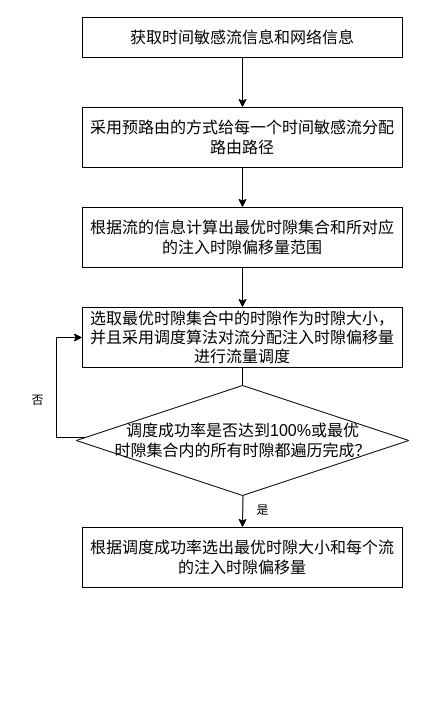
Before: 专利.drawio in AliChen0731/First, a draw.io diagram. Source tidied: cells renumbered, new cells numbered last; positions are measured from the earlier drawing's top-left corner, leaving out a move shared by most shapes. Both pictures are drawn from the tidied source at 100%, with x=0, y=0 at pixel (17, 17).
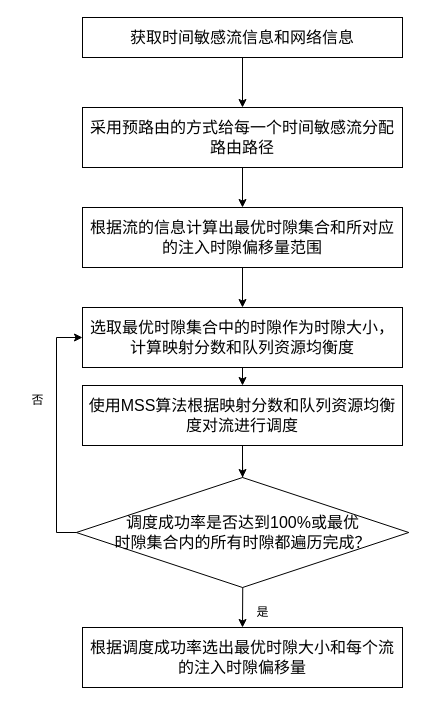
The same page after the edit.

The edit, as a diff of the source:
```diff
@@
-    <mxCell id="8" style="edgeStyle=orthogonalEdgeStyle;rounded=0;jettySize=auto;html=1;entryX=0.5;entryY=0;entryDx=0;entryDy=0;" parent="1" edge="1" source="9" target="13">
-      <mxGeometry relative="1" as="geometry" />
-    </mxCell>
+    <mxCell id="16" style="edgeStyle=orthogonalEdgeStyle;rounded=0;jettySize=auto;html=1;exitX=0.5;exitY=1;exitDx=0;exitDy=0;entryX=0.5;entryY=0;entryDx=0;entryDy=0;" parent="1" edge="1" source="9" target="18">
+      <mxGeometry relative="1" as="geometry" />
+    </mxCell>
-    <mxCell id="9" value="&lt;font face=&quot;Times New Roman&quot;&gt;&lt;span style=&quot;font-size: 16px;&quot;&gt;选取最优时隙集合中的时隙作为时隙大小，并且采用调度算法对流分配注入时隙偏移量进行流量调度&lt;/span&gt;&lt;/font&gt;" style="whiteSpace=wrap;html=1;rounded=0;" parent="1" vertex="1">
+    <mxCell id="9" value="&lt;font face=&quot;Times New Roman&quot;&gt;&lt;span style=&quot;font-size: 16px;&quot;&gt;选取最优时隙集合中的时隙作为时隙大小，计算映射分数和队列资源均衡度&lt;/span&gt;&lt;/font&gt;" style="whiteSpace=wrap;html=1;rounded=0;" parent="1" vertex="1">
       <mxGeometry x="65" y="290" width="320" height="60" as="geometry" />
     </mxCell>
@@
     <mxCell id="11" value="&lt;font face=&quot;Times New Roman&quot;&gt;&lt;span style=&quot;font-size: 16px;&quot;&gt;根据调度成功率选出最优时隙大小和每个流的注入时隙偏移量&lt;/span&gt;&lt;/font&gt;" style="whiteSpace=wrap;html=1;rounded=0;" parent="1" vertex="1">
-      <mxGeometry x="65" y="510" width="320" height="60" as="geometry" />
+      <mxGeometry x="65" y="610" width="320" height="60" as="geometry" />
     </mxCell>
     <mxCell id="12" style="edgeStyle=orthogonalEdgeStyle;rounded=0;jettySize=auto;html=1;entryX=0;entryY=0.5;entryDx=0;entryDy=0;" parent="1" edge="1" source="13" target="9">
       <mxGeometry relative="1" as="geometry">
         <Array as="points">
-          <mxPoint x="39" y="420" />
+          <mxPoint x="39" y="515" />
           <mxPoint x="39" y="320" />
         </Array>
       </mxGeometry>
     </mxCell>
     <mxCell id="13" value="&lt;font style=&quot;font-size: 16px;&quot;&gt;调度成功率是否达到100%或最优&lt;br&gt;时隙集合内的所有时隙都遍历完成？&lt;br&gt;&lt;/font&gt;" style="rhombus;whiteSpace=wrap;html=1;" parent="1" vertex="1">
-      <mxGeometry x="58.8" y="368" width="332.5" height="110" as="geometry" />
+      <mxGeometry x="58.8" y="460" width="332.5" height="110" as="geometry" />
     </mxCell>
     <mxCell id="14" value="是" style="text;html=1;align=center;verticalAlign=middle;strokeColor=none;fillColor=none;" parent="1" vertex="1">
-      <mxGeometry x="225" y="478" width="40" height="30" as="geometry" />
+      <mxGeometry x="225" y="580" width="40" height="30" as="geometry" />
     </mxCell>
@@
+    <mxCell id="17" style="edgeStyle=orthogonalEdgeStyle;rounded=0;jettySize=auto;html=1;" parent="1" edge="1" source="18" target="13">
+      <mxGeometry relative="1" as="geometry" />
+    </mxCell>
+    <mxCell id="18" value="&lt;font style=&quot;font-size: 16px;&quot;&gt;使用MSS算法根据映射分数和队列资源均衡度对流进行调度&lt;/font&gt;" style="rounded=0;whiteSpace=wrap;html=1;" parent="1" vertex="1">
+      <mxGeometry x="65" y="368" width="320" height="60" as="geometry" />
+    </mxCell>
```
